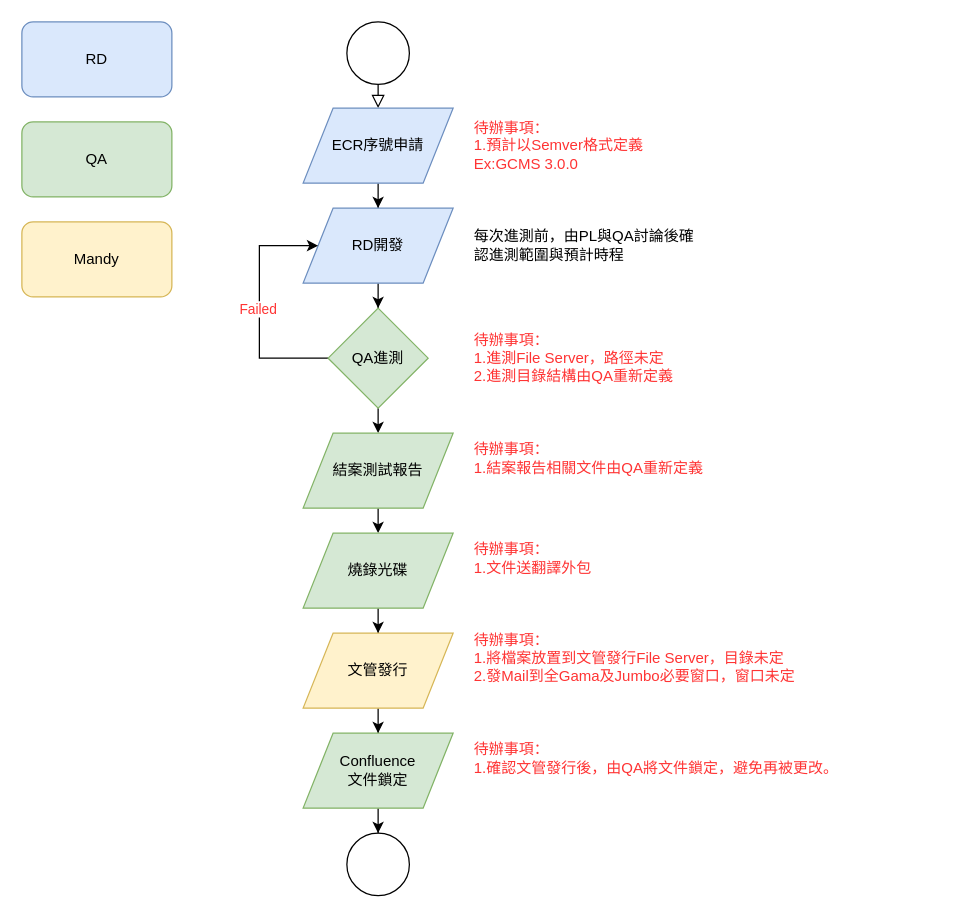
pingle1202/GamaWorkFlow keeps this draw.io diagram as GamaECR.drawio. Above is the earlier version. Source tidied: cells renumbered, new cells numbered last; positions are measured from the earlier drawing's top-left corner, leaving out a move shared by most shapes. Both pictures are drawn from the tidied source at 125%, with x=0, y=0 at pixel (21, 21).
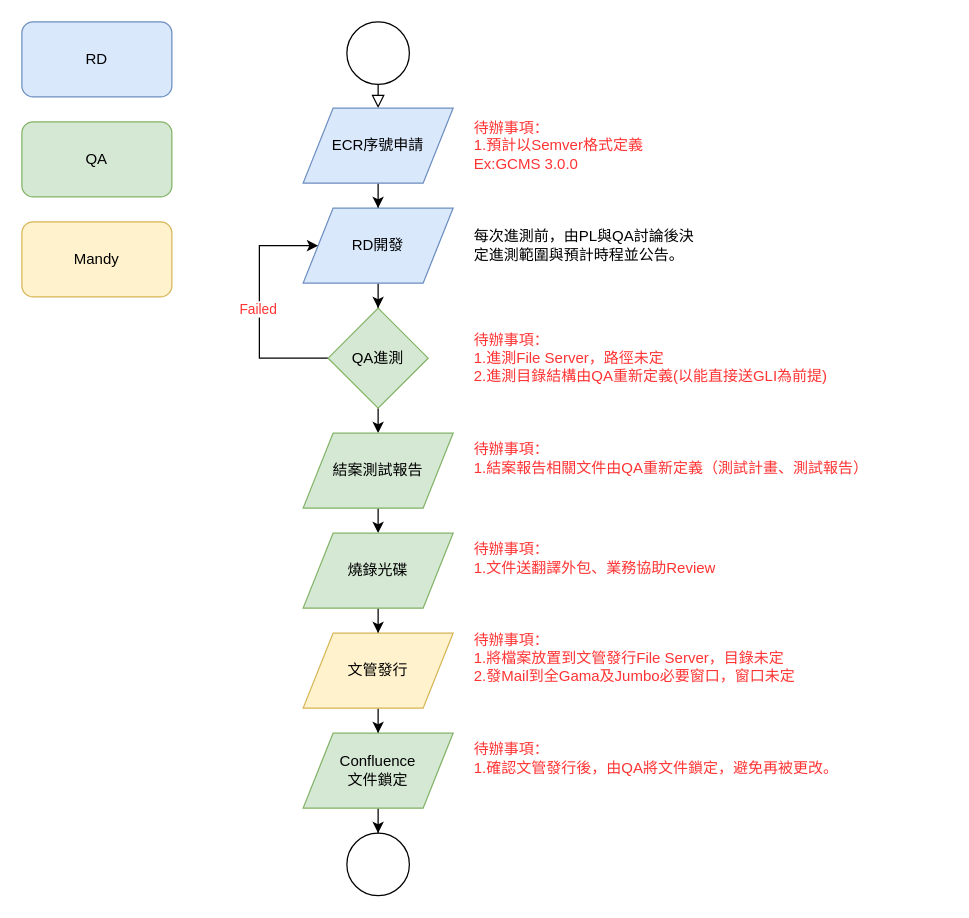
After the change.

Diff of the diagram source:
```diff
@@
-    <mxCell id="23" value="每次進測前，由PL與QA討論後確認進測範圍與預計時程" style="text;html=1;strokeColor=none;fillColor=none;align=left;verticalAlign=middle;whiteSpace=wrap;rounded=0;" parent="1" vertex="1">
+    <mxCell id="23" value="每次進測前，由PL與QA討論後決定進測範圍與預計時程並公告。" style="text;html=1;strokeColor=none;fillColor=none;align=left;verticalAlign=middle;whiteSpace=wrap;rounded=0;" parent="1" vertex="1">
       <mxGeometry x="360" y="169" width="190" height="20" as="geometry" />
     </mxCell>
-    <mxCell id="24" value="待辦事項：&lt;br&gt;1.結案報告相關文件由QA重新定義" style="text;html=1;strokeColor=none;fillColor=none;align=left;verticalAlign=middle;whiteSpace=wrap;rounded=0;fontColor=#FF3333;" parent="1" vertex="1">
-      <mxGeometry x="360" y="329" width="190" height="40" as="geometry" />
+    <mxCell id="24" value="待辦事項：&lt;br&gt;1.結案報告相關文件由QA重新定義（測試計畫、測試報告）" style="text;html=1;strokeColor=none;fillColor=none;align=left;verticalAlign=middle;whiteSpace=wrap;rounded=0;fontColor=#FF3333;" parent="1" vertex="1">
+      <mxGeometry x="360" y="329" width="380" height="40" as="geometry" />
     </mxCell>
@@
-    <mxCell id="29" value="待辦事項：&lt;br&gt;1.文件送翻譯外包" style="text;html=1;strokeColor=none;fillColor=none;align=left;verticalAlign=middle;whiteSpace=wrap;rounded=0;fontColor=#FF3333;" parent="1" vertex="1">
-      <mxGeometry x="360" y="409" width="190" height="40" as="geometry" />
+    <mxCell id="29" value="待辦事項：&lt;br&gt;1.文件送翻譯外包、業務協助Review" style="text;html=1;strokeColor=none;fillColor=none;align=left;verticalAlign=middle;whiteSpace=wrap;rounded=0;fontColor=#FF3333;" parent="1" vertex="1">
+      <mxGeometry x="360" y="409" width="330" height="40" as="geometry" />
     </mxCell>
-    <mxCell id="30" value="待辦事項：&lt;br&gt;1.進測File Server，路徑未定&lt;br&gt;2.進測目錄結構由QA重新定義" style="text;html=1;strokeColor=none;fillColor=none;align=left;verticalAlign=middle;whiteSpace=wrap;rounded=0;fontColor=#FF3333;" parent="1" vertex="1">
-      <mxGeometry x="360" y="249" width="190" height="40" as="geometry" />
+    <mxCell id="30" value="待辦事項：&lt;br&gt;1.進測File Server，路徑未定&lt;br&gt;2.進測目錄結構由QA重新定義(以能直接送GLI為前提)" style="text;html=1;strokeColor=none;fillColor=none;align=left;verticalAlign=middle;whiteSpace=wrap;rounded=0;fontColor=#FF3333;" parent="1" vertex="1">
+      <mxGeometry x="360" y="249" width="360" height="40" as="geometry" />
     </mxCell>
```
